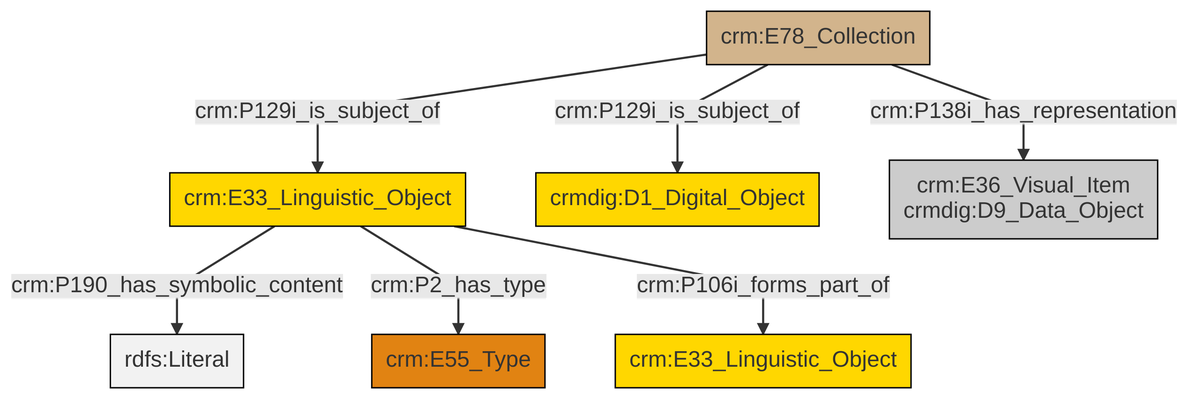
swiss-art-research-net/docs.swissartresearch keeps this Mermaid diagram as et/archivalCSV/ttl/mmd/png/archival_docs.png. Above is the earlier version. Its source is kept beside it as et/archivalCSV/ttl/mmd/archival_docs.ttl.mmd.
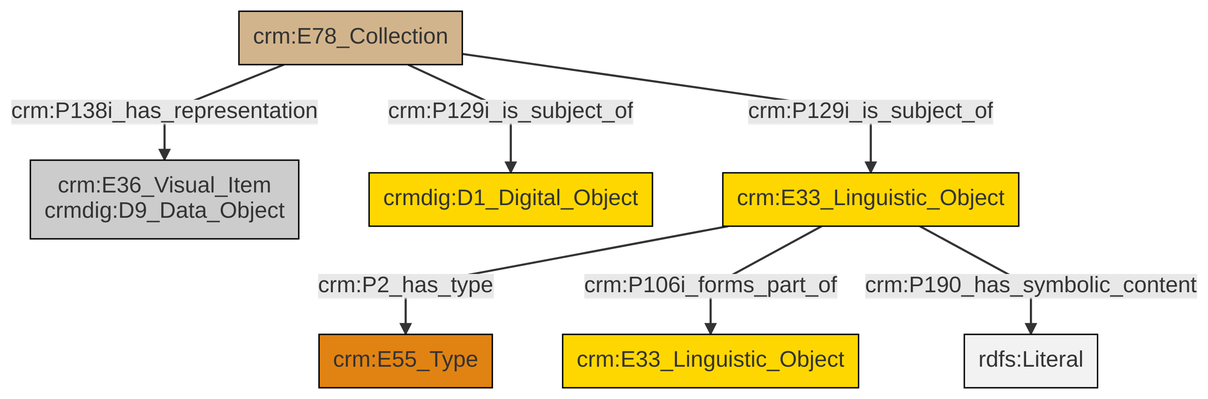
After the commit.

The edit, as a diff of the source:
```diff
@@ -13,9 +13,9 @@
 classDef PC_Classes fill:#4ce600, stroke:#000000;
 classDef Multi fill:#cccccc,stroke:#000000;
 
-0["crm:E33_Linguistic_Object"]:::Conceptual_Object -->|crm:P190_has_symbolic_content| 6[rdfs:Literal]:::Literal
-0["crm:E33_Linguistic_Object"]:::Conceptual_Object -->|crm:P2_has_type| 7["crm:E55_Type"]:::Type
-4["crm:E78_Collection"]:::Physical_Thing -->|crm:P138i_has_representation| 11["crm:E36_Visual_Item<br>crmdig:D9_Data_Object"]:::Multi
-4["crm:E78_Collection"]:::Physical_Thing -->|crm:P129i_is_subject_of| 0["crm:E33_Linguistic_Object"]:::Conceptual_Object
-0["crm:E33_Linguistic_Object"]:::Conceptual_Object -->|crm:P106i_forms_part_of| 8["crm:E33_Linguistic_Object"]:::Conceptual_Object
-4["crm:E78_Collection"]:::Physical_Thing -->|crm:P129i_is_subject_of| 2["crmdig:D1_Digital_Object"]:::Conceptual_Object
+3["crm:E78_Collection"]:::Physical_Thing -->|crm:P129i_is_subject_of| 5["crmdig:D1_Digital_Object"]:::Conceptual_Object
+3["crm:E78_Collection"]:::Physical_Thing -->|crm:P129i_is_subject_of| 8["crm:E33_Linguistic_Object"]:::Conceptual_Object
+8["crm:E33_Linguistic_Object"]:::Conceptual_Object -->|crm:P2_has_type| 6["crm:E55_Type"]:::Type
+3["crm:E78_Collection"]:::Physical_Thing -->|crm:P138i_has_representation| 0["crm:E36_Visual_Item<br>crmdig:D9_Data_Object"]:::Multi
+8["crm:E33_Linguistic_Object"]:::Conceptual_Object -->|crm:P106i_forms_part_of| 10["crm:E33_Linguistic_Object"]:::Conceptual_Object
+8["crm:E33_Linguistic_Object"]:::Conceptual_Object -->|crm:P190_has_symbolic_content| 14[rdfs:Literal]:::Literal
```
